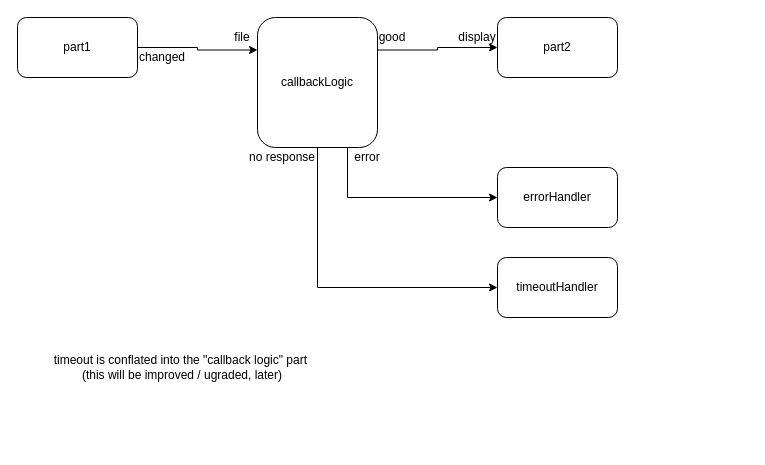
Earlier version of the draw.io diagram page "example2" (1 of 2) of drawing.drawio (guitarvydas/ag-js-2). Source tidied: cells renumbered, new cells numbered last; positions are measured from the earlier drawing's top-left corner, leaving out a move shared by most shapes. Both pictures are drawn from the tidied source at 100%, with x=0, y=0 at pixel (17, 17).
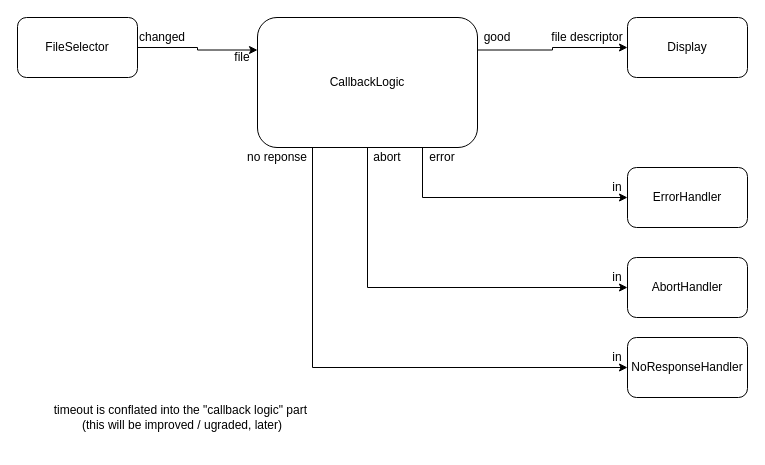
The same diagram, later.

Change to the diagram source:
```diff
@@
-    <mxCell id="2" style="edgeStyle=orthogonalEdgeStyle;rounded=0;jettySize=auto;html=1;exitX=1;exitY=0.5;exitDx=0;exitDy=0;entryX=0;entryY=0.25;entryDx=0;entryDy=0;" parent="1" edge="1" source="3" target="7">
+    <mxCell id="2" style="edgeStyle=orthogonalEdgeStyle;rounded=0;jettySize=auto;html=1;entryX=0;entryY=0.25;entryDx=0;entryDy=0;" parent="1" edge="1" source="3" target="7">
       <mxGeometry relative="1" as="geometry" />
     </mxCell>
-    <mxCell id="3" value="part1" style="rounded=1;whiteSpace=wrap;html=1;" parent="1" vertex="1">
+    <mxCell id="3" value="FileSelector" style="rounded=1;whiteSpace=wrap;html=1;" parent="1" vertex="1">
       <mxGeometry width="120" height="60" as="geometry" />
     </mxCell>
+    <mxCell id="18" style="edgeStyle=orthogonalEdgeStyle;rounded=0;jettySize=auto;html=1;exitX=0.25;exitY=1;exitDx=0;exitDy=0;entryX=0;entryY=0.5;entryDx=0;entryDy=0;" parent="1" edge="1" source="7" target="19">
+      <mxGeometry relative="1" as="geometry" />
+    </mxCell>
+    <mxCell id="6" style="edgeStyle=orthogonalEdgeStyle;rounded=0;jettySize=auto;html=1;entryX=0;entryY=0.5;entryDx=0;entryDy=0;exitX=0.5;exitY=1;exitDx=0;exitDy=0;" parent="1" edge="1" source="7" target="16">
+      <mxGeometry relative="1" as="geometry" />
+    </mxCell>
+    <mxCell id="5" style="edgeStyle=orthogonalEdgeStyle;rounded=0;jettySize=auto;html=1;exitX=0.75;exitY=1;exitDx=0;exitDy=0;entryX=0;entryY=0.5;entryDx=0;entryDy=0;" parent="1" edge="1" source="7" target="15">
+      <mxGeometry relative="1" as="geometry" />
+    </mxCell>
@@
-    <mxCell id="5" style="edgeStyle=orthogonalEdgeStyle;rounded=0;jettySize=auto;html=1;exitX=0.75;exitY=1;exitDx=0;exitDy=0;entryX=0;entryY=0.5;entryDx=0;entryDy=0;" parent="1" edge="1" source="7" target="15">
-      <mxGeometry relative="1" as="geometry" />
-    </mxCell>
-    <mxCell id="6" style="edgeStyle=orthogonalEdgeStyle;rounded=0;jettySize=auto;html=1;exitX=0.5;exitY=1;exitDx=0;exitDy=0;entryX=0;entryY=0.5;entryDx=0;entryDy=0;" parent="1" edge="1" source="7" target="16">
-      <mxGeometry relative="1" as="geometry" />
-    </mxCell>
-    <mxCell id="7" value="callbackLogic" style="rounded=1;whiteSpace=wrap;html=1;" parent="1" vertex="1">
-      <mxGeometry x="240" width="120" height="130" as="geometry" />
+    <mxCell id="7" value="CallbackLogic" style="rounded=1;whiteSpace=wrap;html=1;" parent="1" vertex="1">
+      <mxGeometry x="240" width="220" height="130" as="geometry" />
     </mxCell>
-    <mxCell id="8" value="part2" style="rounded=1;whiteSpace=wrap;html=1;" parent="1" vertex="1">
-      <mxGeometry x="480" width="120" height="60" as="geometry" />
+    <mxCell id="8" value="Display" style="rounded=1;whiteSpace=wrap;html=1;" parent="1" vertex="1">
+      <mxGeometry x="610" width="120" height="60" as="geometry" />
     </mxCell>
-    <mxCell id="9" value="display" style="text;html=1;strokeColor=none;fillColor=none;align=center;verticalAlign=middle;whiteSpace=wrap;rounded=0;" parent="1" vertex="1">
-      <mxGeometry x="440" y="10" width="40" height="20" as="geometry" />
+    <mxCell id="9" value="file descriptor" style="text;html=1;strokeColor=none;fillColor=none;align=center;verticalAlign=middle;whiteSpace=wrap;rounded=0;" parent="1" vertex="1">
+      <mxGeometry x="530" y="10" width="80" height="20" as="geometry" />
     </mxCell>
-    <mxCell id="10" value="file" style="text;html=1;strokeColor=none;fillColor=none;align=center;verticalAlign=middle;whiteSpace=wrap;rounded=0;" parent="1" vertex="1">
-      <mxGeometry x="210" y="10" width="30" height="20" as="geometry" />
-    </mxCell>
     <mxCell id="11" value="changed" style="text;html=1;strokeColor=none;fillColor=none;align=center;verticalAlign=middle;whiteSpace=wrap;rounded=0;" parent="1" vertex="1">
-      <mxGeometry x="120" y="30" width="50" height="20" as="geometry" />
+      <mxGeometry x="120" y="10" width="50" height="20" as="geometry" />
     </mxCell>
-    <mxCell id="12" value="no response" style="text;html=1;strokeColor=none;fillColor=none;align=center;verticalAlign=middle;whiteSpace=wrap;rounded=0;" parent="1" vertex="1">
-      <mxGeometry x="230" y="130" width="70" height="20" as="geometry" />
-    </mxCell>
-    <mxCell id="13" value="error" style="text;html=1;strokeColor=none;fillColor=none;align=center;verticalAlign=middle;whiteSpace=wrap;rounded=0;" parent="1" vertex="1">
-      <mxGeometry x="330" y="130" width="40" height="20" as="geometry" />
-    </mxCell>
-    <mxCell id="14" value="good" style="text;html=1;strokeColor=none;fillColor=none;align=center;verticalAlign=middle;whiteSpace=wrap;rounded=0;" parent="1" vertex="1">
-      <mxGeometry x="360" y="10" width="30" height="20" as="geometry" />
-    </mxCell>
-    <mxCell id="15" value="errorHandler" style="rounded=1;whiteSpace=wrap;html=1;" parent="1" vertex="1">
-      <mxGeometry x="480" y="150" width="120" height="60" as="geometry" />
+    <mxCell id="15" value="ErrorHandler" style="rounded=1;whiteSpace=wrap;html=1;" parent="1" vertex="1">
+      <mxGeometry x="610" y="150" width="120" height="60" as="geometry" />
     </mxCell>
-    <mxCell id="16" value="timeoutHandler" style="rounded=1;whiteSpace=wrap;html=1;" parent="1" vertex="1">
-      <mxGeometry x="480" y="240" width="120" height="60" as="geometry" />
+    <mxCell id="16" value="AbortHandler" style="rounded=1;whiteSpace=wrap;html=1;" parent="1" vertex="1">
+      <mxGeometry x="610" y="240" width="120" height="60" as="geometry" />
     </mxCell>
     <mxCell id="17" value="timeout is conflated into the &quot;callback logic&quot; part&amp;nbsp;&lt;br&gt;(this will be improved / ugraded, later)" style="text;html=1;strokeColor=none;fillColor=none;align=center;verticalAlign=middle;whiteSpace=wrap;rounded=0;" parent="1" vertex="1">
-      <mxGeometry y="320" width="330" height="60" as="geometry" />
+      <mxGeometry y="370" width="330" height="60" as="geometry" />
     </mxCell>
+    <mxCell id="19" value="NoResponseHandler" style="rounded=1;whiteSpace=wrap;html=1;" parent="1" vertex="1">
+      <mxGeometry x="610" y="320" width="120" height="60" as="geometry" />
+    </mxCell>
+    <mxCell id="14" value="good" style="text;html=1;strokeColor=none;fillColor=none;align=center;verticalAlign=middle;whiteSpace=wrap;rounded=0;" parent="1" vertex="1">
+      <mxGeometry x="460" y="10" width="40" height="20" as="geometry" />
+    </mxCell>
+    <mxCell id="10" value="file" style="text;html=1;strokeColor=none;fillColor=none;align=center;verticalAlign=middle;whiteSpace=wrap;rounded=0;" parent="1" vertex="1">
+      <mxGeometry x="210" y="30" width="30" height="20" as="geometry" />
+    </mxCell>
+    <mxCell id="13" value="error" style="text;html=1;strokeColor=none;fillColor=none;align=center;verticalAlign=middle;whiteSpace=wrap;rounded=0;" parent="1" vertex="1">
+      <mxGeometry x="410" y="130" width="30" height="20" as="geometry" />
+    </mxCell>
+    <mxCell id="20" value="no reponse" style="text;html=1;strokeColor=none;fillColor=none;align=center;verticalAlign=middle;whiteSpace=wrap;rounded=0;" parent="1" vertex="1">
+      <mxGeometry x="220" y="130" width="80" height="20" as="geometry" />
+    </mxCell>
+    <mxCell id="21" value="abort" style="text;html=1;strokeColor=none;fillColor=none;align=center;verticalAlign=middle;whiteSpace=wrap;rounded=0;" parent="1" vertex="1">
+      <mxGeometry x="350" y="130" width="40" height="20" as="geometry" />
+    </mxCell>
+    <mxCell id="22" value="in" style="text;html=1;strokeColor=none;fillColor=none;align=center;verticalAlign=middle;whiteSpace=wrap;rounded=0;" parent="1" vertex="1">
+      <mxGeometry x="590" y="160" width="20" height="20" as="geometry" />
+    </mxCell>
+    <mxCell id="23" value="in" style="text;html=1;strokeColor=none;fillColor=none;align=center;verticalAlign=middle;whiteSpace=wrap;rounded=0;" parent="1" vertex="1">
+      <mxGeometry x="590" y="330" width="20" height="20" as="geometry" />
+    </mxCell>
+    <mxCell id="24" value="in" style="text;html=1;strokeColor=none;fillColor=none;align=center;verticalAlign=middle;whiteSpace=wrap;rounded=0;" parent="1" vertex="1">
+      <mxGeometry x="590" y="250" width="20" height="20" as="geometry" />
+    </mxCell>
```
